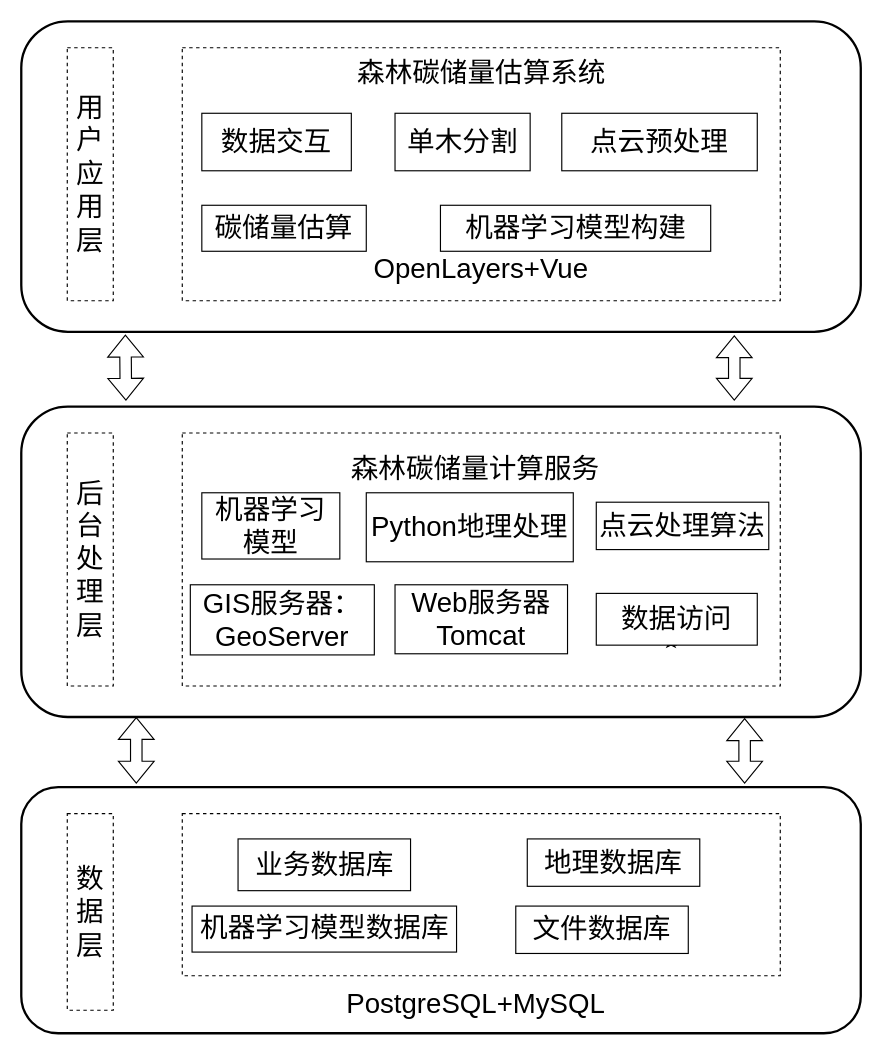
Earlier version of the draw.io diagram 系统总体设计.drawio (H-lzu/word). Source tidied: cells renumbered, new cells numbered last; positions are measured from the earlier drawing's top-left corner, leaving out a move shared by most shapes. Both pictures are drawn from the tidied source at 115%, with x=0, y=0 at pixel (21, 21).
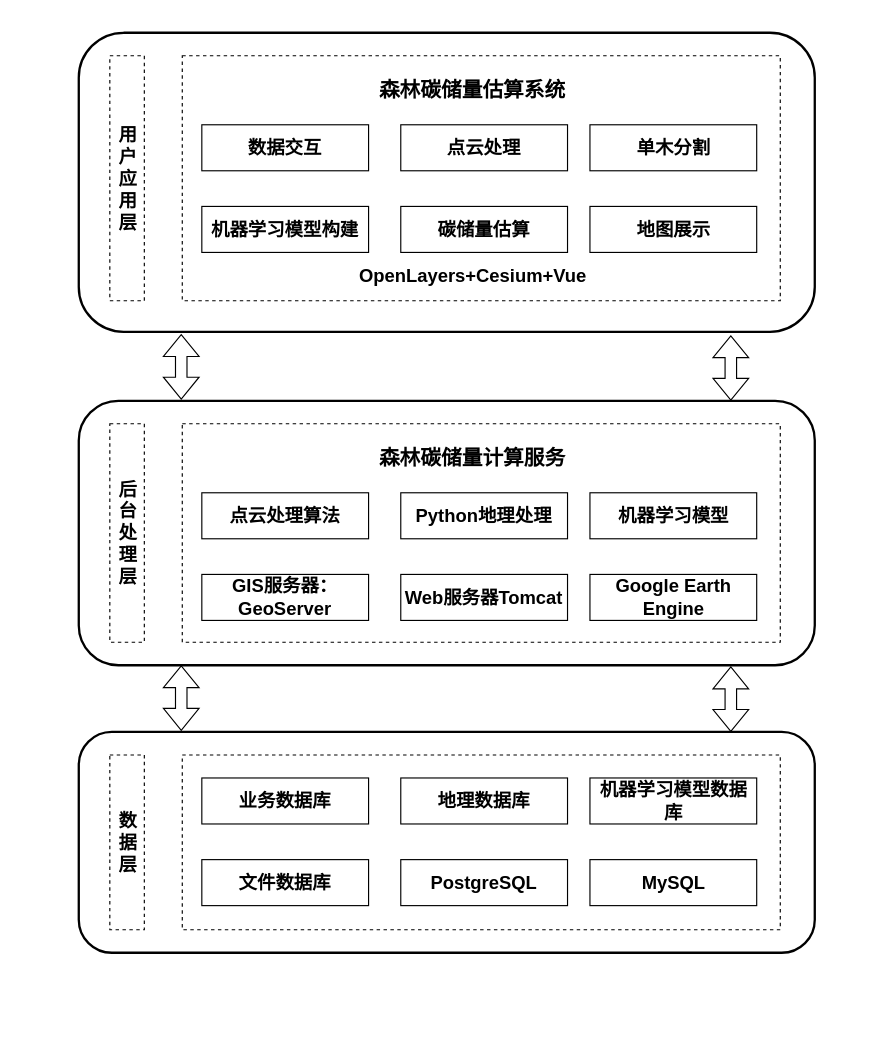
Above is the later version.

Change to the diagram source:
```diff
@@
-    <mxCell id="2" style="rounded=1;whiteSpace=wrap;html=1;strokeWidth=2;fontSize=24;" parent="1" vertex="1">
-      <mxGeometry width="730" height="270" as="geometry" />
+    <mxCell id="2" style="rounded=1;whiteSpace=wrap;html=1;strokeWidth=2;fontSize=16;fontFamily=宋体;fontStyle=1;" parent="1" vertex="1">
+      <mxGeometry x="50" y="10" width="640" height="260" as="geometry" />
     </mxCell>
-    <mxCell id="3" value="&lt;font style=&quot;font-size: 24px;&quot;&gt;用户应用层&lt;/font&gt;" style="rounded=0;whiteSpace=wrap;html=1;align=center;dashed=1;fontSize=24;" parent="1" vertex="1">
-      <mxGeometry x="40" y="23" width="40" height="220" as="geometry" />
+    <mxCell id="3" value="&lt;div style=&quot;text-align: center;&quot;&gt;&lt;span style=&quot;background-color: initial;&quot;&gt;用户应用层&lt;/span&gt;&lt;br&gt;&lt;/div&gt;" style="rounded=0;whiteSpace=wrap;html=1;align=left;dashed=1;fontSize=16;fontFamily=宋体;fontStyle=1;" parent="1" vertex="1">
+      <mxGeometry x="77" y="30" width="30" height="213" as="geometry" />
     </mxCell>
-    <mxCell id="4" style="rounded=0;whiteSpace=wrap;html=1;dashed=1;fontSize=24;" parent="1" vertex="1">
-      <mxGeometry x="140" y="23" width="520" height="220" as="geometry" />
+    <mxCell id="4" style="rounded=0;whiteSpace=wrap;html=1;dashed=1;fontSize=16;fontFamily=宋体;fontStyle=1;" parent="1" vertex="1">
+      <mxGeometry x="140" y="30" width="520" height="213" as="geometry" />
     </mxCell>
-    <mxCell id="5" value="&lt;font style=&quot;font-size: 24px;&quot;&gt;森林碳储量估算系统&lt;/font&gt;" style="text;html=1;align=center;verticalAlign=middle;whiteSpace=wrap;rounded=0;fontSize=24;" parent="1" vertex="1">
-      <mxGeometry x="262.5" y="40" width="275" height="10" as="geometry" />
+    <mxCell id="5" value="&lt;font style=&quot;font-size: 18px;&quot;&gt;森林碳储量估算系统&lt;/font&gt;" style="text;html=1;align=center;verticalAlign=middle;whiteSpace=wrap;rounded=0;fontSize=18;fontFamily=宋体;fontStyle=1;" parent="1" vertex="1">
+      <mxGeometry x="255" y="40" width="275" height="40" as="geometry" />
     </mxCell>
-    <mxCell id="6" value="数据交互" style="rounded=0;whiteSpace=wrap;html=1;fontSize=24;" parent="1" vertex="1">
-      <mxGeometry x="157" y="80" width="130" height="50" as="geometry" />
+    <mxCell id="6" value="数据交互" style="rounded=0;whiteSpace=wrap;html=1;fontSize=16;fontFamily=宋体;fontStyle=1;" parent="1" vertex="1">
+      <mxGeometry x="157" y="90" width="145" height="40" as="geometry" />
     </mxCell>
-    <mxCell id="7" style="shape=flexArrow;endArrow=classic;startArrow=classic;html=1;rounded=0;entryX=0.124;entryY=1.009;entryDx=0;entryDy=0;entryPerimeter=0;fontSize=24;" parent="1" edge="1" target="2">
-      <mxGeometry relative="1" as="geometry">
-        <mxPoint x="91" y="330" as="sourcePoint" />
-      </mxGeometry>
-    </mxCell>
-    <mxCell id="8" style="shape=flexArrow;endArrow=classic;startArrow=classic;html=1;rounded=0;entryX=0.124;entryY=1.009;entryDx=0;entryDy=0;entryPerimeter=0;fontSize=24;" parent="1" edge="1">
+    <mxCell id="8" style="shape=flexArrow;endArrow=classic;startArrow=classic;html=1;rounded=0;entryX=0.124;entryY=1.009;entryDx=0;entryDy=0;entryPerimeter=0;fontSize=16;fontFamily=宋体;" parent="1" edge="1">
       <mxGeometry relative="1" as="geometry">
-        <mxPoint x="620" y="330" as="sourcePoint" />
-        <mxPoint x="620" y="273" as="targetPoint" />
+        <mxPoint x="617" y="330" as="sourcePoint" />
+        <mxPoint x="617" y="273" as="targetPoint" />
       </mxGeometry>
     </mxCell>
-    <mxCell id="9" value="&lt;font style=&quot;font-size: 24px;&quot;&gt;&lt;font style=&quot;font-size: 24px;&quot;&gt;OpenLayers&lt;/font&gt;+Vue&lt;/font&gt;" style="text;html=1;align=center;verticalAlign=middle;whiteSpace=wrap;rounded=0;fontSize=24;" parent="1" vertex="1">
-      <mxGeometry x="370" y="201" width="60" height="30" as="geometry" />
+    <mxCell id="9" value="&lt;font style=&quot;font-size: 16px;&quot;&gt;&lt;font style=&quot;font-size: 16px;&quot;&gt;OpenLayers+Cesium&lt;/font&gt;+Vue&lt;/font&gt;" style="text;html=1;align=center;verticalAlign=middle;whiteSpace=wrap;rounded=0;fontSize=16;fontFamily=宋体;fontStyle=1;" parent="1" vertex="1">
+      <mxGeometry x="307.5" y="210" width="170" height="21" as="geometry" />
     </mxCell>
-    <mxCell id="10" value="单木分割" style="rounded=0;whiteSpace=wrap;html=1;fontSize=24;" parent="1" vertex="1">
-      <mxGeometry x="325" y="80" width="117.5" height="50" as="geometry" />
+    <mxCell id="10" value="单木分割" style="rounded=0;whiteSpace=wrap;html=1;fontSize=16;fontFamily=宋体;fontStyle=1;" parent="1" vertex="1">
+      <mxGeometry x="494.5" y="90" width="145" height="40" as="geometry" />
     </mxCell>
-    <mxCell id="11" value="点云预处理" style="rounded=0;whiteSpace=wrap;html=1;fontSize=24;" parent="1" vertex="1">
-      <mxGeometry x="470" y="80" width="170" height="50" as="geometry" />
+    <mxCell id="11" value="点云处理" style="rounded=0;whiteSpace=wrap;html=1;fontSize=16;fontFamily=宋体;fontStyle=1;" parent="1" vertex="1">
+      <mxGeometry x="330" y="90" width="145" height="40" as="geometry" />
     </mxCell>
-    <mxCell id="12" value="机器学习模型构建" style="rounded=0;whiteSpace=wrap;html=1;fontSize=24;rotation=0;" parent="1" vertex="1">
-      <mxGeometry x="364.5" y="160" width="235" height="40" as="geometry" />
+    <mxCell id="12" value="机器学习模型构建" style="rounded=0;whiteSpace=wrap;html=1;fontSize=16;rotation=0;fontFamily=宋体;fontStyle=1;" parent="1" vertex="1">
+      <mxGeometry x="157" y="161" width="145" height="40" as="geometry" />
     </mxCell>
-    <mxCell id="13" value="碳储量估算" style="rounded=0;whiteSpace=wrap;html=1;fontSize=24;" parent="1" vertex="1">
-      <mxGeometry x="157" y="160" width="143" height="40" as="geometry" />
+    <mxCell id="13" value="碳储量估算" style="rounded=0;whiteSpace=wrap;html=1;fontSize=16;fontFamily=宋体;fontStyle=1;" parent="1" vertex="1">
+      <mxGeometry x="330" y="161" width="145" height="40" as="geometry" />
     </mxCell>
-    <mxCell id="14" style="edgeStyle=orthogonalEdgeStyle;rounded=0;orthogonalLoop=1;jettySize=auto;html=1;exitX=0.5;exitY=1;exitDx=0;exitDy=0;fontSize=24;" parent="1" edge="1">
+    <mxCell id="14" style="edgeStyle=orthogonalEdgeStyle;rounded=0;orthogonalLoop=1;jettySize=auto;html=1;exitX=0.5;exitY=1;exitDx=0;exitDy=0;fontSize=16;fontFamily=宋体;fontStyle=1;" parent="1" edge="1">
       <mxGeometry relative="1" as="geometry">
         <mxPoint x="577.5" y="200" as="sourcePoint" />
         <mxPoint x="577.5" y="200" as="targetPoint" />
       </mxGeometry>
     </mxCell>
-    <mxCell id="15" style="rounded=1;whiteSpace=wrap;html=1;strokeWidth=2;fontSize=24;" parent="1" vertex="1">
-      <mxGeometry y="335" width="730" height="270" as="geometry" />
-    </mxCell>
+    <mxCell id="38" value="地图展示" style="rounded=0;whiteSpace=wrap;html=1;fontSize=16;fontFamily=宋体;fontStyle=1;" parent="1" vertex="1">
+      <mxGeometry x="494.5" y="161" width="145" height="40" as="geometry" />
+    </mxCell>
+    <mxCell id="39" style="shape=flexArrow;endArrow=classic;startArrow=classic;html=1;rounded=0;entryX=0.124;entryY=1.009;entryDx=0;entryDy=0;entryPerimeter=0;fontSize=16;fontFamily=宋体;" parent="1" edge="1">
+      <mxGeometry relative="1" as="geometry">
+        <mxPoint x="139.1" y="329" as="sourcePoint" />
+        <mxPoint x="139.1" y="272" as="targetPoint" />
+      </mxGeometry>
+    </mxCell>
+    <mxCell id="40" style="rounded=1;whiteSpace=wrap;html=1;strokeWidth=2;fontSize=16;fontFamily=宋体;fontStyle=1;" parent="1" vertex="1">
+      <mxGeometry x="50" y="330" width="640" height="230" as="geometry" />
+    </mxCell>
-    <mxCell id="16" value="&lt;font style=&quot;font-size: 24px;&quot;&gt;后台处理层&lt;/font&gt;" style="rounded=0;whiteSpace=wrap;html=1;align=center;dashed=1;fontSize=24;" parent="1" vertex="1">
-      <mxGeometry x="40" y="358" width="40" height="220" as="geometry" />
+    <mxCell id="16" value="&lt;div style=&quot;text-align: center;&quot;&gt;&lt;span style=&quot;&quot;&gt;后台处理层&lt;/span&gt;&lt;br&gt;&lt;/div&gt;" style="rounded=0;whiteSpace=wrap;html=1;align=left;dashed=1;fontSize=16;fontFamily=宋体;fontStyle=1;" parent="1" vertex="1">
+      <mxGeometry x="77" y="350" width="30" height="190" as="geometry" />
     </mxCell>
-    <mxCell id="17" style="rounded=0;whiteSpace=wrap;html=1;dashed=1;fontSize=24;" parent="1" vertex="1">
-      <mxGeometry x="140" y="358" width="520" height="220" as="geometry" />
-    </mxCell>
+    <mxCell id="41" style="rounded=0;whiteSpace=wrap;html=1;dashed=1;fontSize=16;fontFamily=宋体;fontStyle=1;" parent="1" vertex="1">
+      <mxGeometry x="140" y="350" width="520" height="190" as="geometry" />
+    </mxCell>
+    <mxCell id="35" value="&lt;font style=&quot;font-size: 18px;&quot;&gt;森林碳储量计算服务&lt;/font&gt;" style="text;html=1;align=center;verticalAlign=middle;whiteSpace=wrap;rounded=0;fontSize=18;fontFamily=宋体;fontStyle=1;" parent="1" vertex="1">
+      <mxGeometry x="255" y="360" width="275" height="40" as="geometry" />
+    </mxCell>
+    <mxCell id="23" value="&lt;span style=&quot;&quot;&gt;点云处理算法&lt;/span&gt;" style="rounded=0;whiteSpace=wrap;html=1;fontSize=16;fontFamily=宋体;fontStyle=1;" parent="1" vertex="1">
+      <mxGeometry x="157" y="410" width="145" height="40" as="geometry" />
+    </mxCell>
+    <mxCell id="21" value="&lt;span style=&quot;&quot;&gt;机器学习模型&lt;/span&gt;" style="rounded=0;whiteSpace=wrap;html=1;fontSize=16;fontFamily=宋体;fontStyle=1;" parent="1" vertex="1">
+      <mxGeometry x="494.5" y="410" width="145" height="40" as="geometry" />
+    </mxCell>
+    <mxCell id="20" value="&lt;span style=&quot;&quot;&gt;Python地理处理&lt;/span&gt;" style="rounded=0;whiteSpace=wrap;html=1;fontSize=16;fontFamily=宋体;fontStyle=1;" parent="1" vertex="1">
+      <mxGeometry x="330" y="410" width="145" height="40" as="geometry" />
+    </mxCell>
-    <mxCell id="18" value="GIS服务器：GeoServer" style="rounded=0;whiteSpace=wrap;html=1;fontSize=24;" parent="1" vertex="1">
-      <mxGeometry x="147" y="490" width="160" height="61" as="geometry" />
+    <mxCell id="18" value="&lt;span style=&quot;&quot;&gt;GIS服务器：GeoServer&lt;/span&gt;" style="rounded=0;whiteSpace=wrap;html=1;fontSize=16;rotation=0;fontFamily=宋体;fontStyle=1;" parent="1" vertex="1">
+      <mxGeometry x="157" y="481" width="145" height="40" as="geometry" />
     </mxCell>
-    <mxCell id="19" value="Web服务器Tomcat" style="rounded=0;whiteSpace=wrap;html=1;fontSize=24;" parent="1" vertex="1">
-      <mxGeometry x="325" y="490" width="150" height="60" as="geometry" />
+    <mxCell id="19" value="&lt;span style=&quot;&quot;&gt;Web服务器Tomcat&lt;/span&gt;" style="rounded=0;whiteSpace=wrap;html=1;fontSize=16;fontFamily=宋体;fontStyle=1;" parent="1" vertex="1">
+      <mxGeometry x="330" y="481" width="145" height="40" as="geometry" />
     </mxCell>
-    <mxCell id="20" value="Python地理处理" style="rounded=0;whiteSpace=wrap;html=1;fontSize=24;" parent="1" vertex="1">
-      <mxGeometry x="300" y="410" width="180" height="60" as="geometry" />
-    </mxCell>
-    <mxCell id="21" value="机器学习模型" style="rounded=0;whiteSpace=wrap;html=1;fontSize=24;" parent="1" vertex="1">
-      <mxGeometry x="157" y="410" width="120" height="57.6" as="geometry" />
-    </mxCell>
-    <mxCell id="22" style="edgeStyle=orthogonalEdgeStyle;rounded=0;jettySize=auto;html=1;exitX=0.5;exitY=1;exitDx=0;exitDy=0;fontSize=24;" parent="1" edge="1" source="37">
-      <mxGeometry relative="1" as="geometry">
-        <mxPoint x="565" y="536" as="targetPoint" />
-      </mxGeometry>
-    </mxCell>
-    <mxCell id="23" value="点云处理算法" style="rounded=0;whiteSpace=wrap;html=1;fontSize=24;" parent="1" vertex="1">
-      <mxGeometry x="500" y="418.2" width="150" height="41.2" as="geometry" />
-    </mxCell>
-    <mxCell id="24" style="rounded=1;whiteSpace=wrap;html=1;strokeWidth=2;fontSize=24;" parent="1" vertex="1">
-      <mxGeometry y="666" width="730" height="214" as="geometry" />
-    </mxCell>
+    <mxCell id="42" style="edgeStyle=orthogonalEdgeStyle;rounded=0;orthogonalLoop=1;jettySize=auto;html=1;exitX=0.5;exitY=1;exitDx=0;exitDy=0;fontSize=16;fontFamily=宋体;fontStyle=1;" parent="1" edge="1">
+      <mxGeometry relative="1" as="geometry">
+        <mxPoint x="577.5" y="520" as="sourcePoint" />
+        <mxPoint x="577.5" y="520" as="targetPoint" />
+      </mxGeometry>
+    </mxCell>
+    <mxCell id="43" value="Google Earth Engine" style="rounded=0;whiteSpace=wrap;html=1;fontSize=16;fontFamily=宋体;fontStyle=1;" parent="1" vertex="1">
+      <mxGeometry x="494.5" y="481" width="145" height="40" as="geometry" />
+    </mxCell>
+    <mxCell id="44" style="shape=flexArrow;endArrow=classic;startArrow=classic;html=1;rounded=0;entryX=0.124;entryY=1.009;entryDx=0;entryDy=0;entryPerimeter=0;fontSize=16;fontFamily=宋体;" parent="1" edge="1">
+      <mxGeometry relative="1" as="geometry">
+        <mxPoint x="617" y="618" as="sourcePoint" />
+        <mxPoint x="617" y="561" as="targetPoint" />
+      </mxGeometry>
+    </mxCell>
+    <mxCell id="45" style="shape=flexArrow;endArrow=classic;startArrow=classic;html=1;rounded=0;entryX=0.124;entryY=1.009;entryDx=0;entryDy=0;entryPerimeter=0;fontSize=16;fontFamily=宋体;" parent="1" edge="1">
+      <mxGeometry relative="1" as="geometry">
+        <mxPoint x="139.1" y="617" as="sourcePoint" />
+        <mxPoint x="139.1" y="560" as="targetPoint" />
+      </mxGeometry>
+    </mxCell>
+    <mxCell id="46" style="rounded=1;whiteSpace=wrap;html=1;strokeWidth=2;fontSize=16;fontFamily=宋体;fontStyle=1;" parent="1" vertex="1">
+      <mxGeometry x="50" y="618" width="640" height="192" as="geometry" />
+    </mxCell>
-    <mxCell id="25" value="&lt;font style=&quot;font-size: 24px;&quot;&gt;数据层&lt;/font&gt;" style="rounded=0;whiteSpace=wrap;html=1;align=center;dashed=1;fontSize=24;" parent="1" vertex="1">
-      <mxGeometry x="40" y="689" width="40" height="171" as="geometry" />
+    <mxCell id="25" value="&lt;div style=&quot;text-align: center;&quot;&gt;&lt;span style=&quot;&quot;&gt;数据层&lt;/span&gt;&lt;br&gt;&lt;/div&gt;" style="rounded=0;whiteSpace=wrap;html=1;align=left;dashed=1;fontSize=16;fontFamily=宋体;fontStyle=1;" parent="1" vertex="1">
+      <mxGeometry x="77" y="638" width="30" height="152" as="geometry" />
     </mxCell>
-    <mxCell id="26" style="rounded=0;whiteSpace=wrap;html=1;dashed=1;fontSize=24;" parent="1" vertex="1">
-      <mxGeometry x="140" y="689" width="520" height="141" as="geometry" />
-    </mxCell>
+    <mxCell id="47" style="rounded=0;whiteSpace=wrap;html=1;dashed=1;fontSize=16;fontFamily=宋体;fontStyle=1;" parent="1" vertex="1">
+      <mxGeometry x="140" y="638" width="520" height="152" as="geometry" />
+    </mxCell>
-    <mxCell id="27" value="业务数据库" style="rounded=0;whiteSpace=wrap;html=1;fontSize=24;" parent="1" vertex="1">
-      <mxGeometry x="188.5" y="711" width="150" height="45" as="geometry" />
+    <mxCell id="27" value="&lt;span style=&quot;&quot;&gt;业务数据库&lt;/span&gt;" style="rounded=0;whiteSpace=wrap;html=1;fontSize=16;fontFamily=宋体;fontStyle=1;" parent="1" vertex="1">
+      <mxGeometry x="157" y="658" width="145" height="40" as="geometry" />
     </mxCell>
-    <mxCell id="28" value="&lt;span style=&quot;text-decoration-line: none; font-size: 24px;&quot;&gt;PostgreSQL&lt;/span&gt;&lt;span style=&quot;font-size: 24px;&quot;&gt;+MySQL&lt;/span&gt;" style="text;html=1;align=center;verticalAlign=middle;whiteSpace=wrap;rounded=0;fontSize=24;" parent="1" vertex="1">
-      <mxGeometry x="293.5" y="820" width="203" height="69.9" as="geometry" />
-    </mxCell>
+    <mxCell id="30" value="&lt;span style=&quot;&quot;&gt;机器学习模型数据库&lt;/span&gt;" style="rounded=0;whiteSpace=wrap;html=1;fontSize=16;fontFamily=宋体;fontStyle=1;" parent="1" vertex="1">
+      <mxGeometry x="494.5" y="658" width="145" height="40" as="geometry" />
+    </mxCell>
-    <mxCell id="29" value="地理数据库" style="rounded=0;whiteSpace=wrap;html=1;fontSize=24;" parent="1" vertex="1">
-      <mxGeometry x="440" y="711" width="150" height="41.2" as="geometry" />
+    <mxCell id="29" value="&lt;span style=&quot;&quot;&gt;地理数据库&lt;/span&gt;" style="rounded=0;whiteSpace=wrap;html=1;fontSize=16;fontFamily=宋体;fontStyle=1;" parent="1" vertex="1">
+      <mxGeometry x="330" y="658" width="145" height="40" as="geometry" />
     </mxCell>
-    <mxCell id="30" value="机器学习模型数据库" style="rounded=0;whiteSpace=wrap;html=1;fontSize=24;" parent="1" vertex="1">
-      <mxGeometry x="148.5" y="769.4" width="230" height="40" as="geometry" />
-    </mxCell>
-    <mxCell id="31" style="edgeStyle=orthogonalEdgeStyle;rounded=0;orthogonalLoop=1;jettySize=auto;html=1;exitX=0.5;exitY=1;exitDx=0;exitDy=0;fontSize=24;" parent="1" edge="1">
-      <mxGeometry relative="1" as="geometry">
-        <mxPoint x="572" y="820.1" as="sourcePoint" />
-        <mxPoint x="572" y="820.1" as="targetPoint" />
-      </mxGeometry>
-    </mxCell>
-    <mxCell id="32" value="文件数据库" style="rounded=0;whiteSpace=wrap;html=1;fontSize=24;" parent="1" vertex="1">
-      <mxGeometry x="430" y="769.4" width="150" height="41.2" as="geometry" />
+    <mxCell id="32" value="&lt;span style=&quot;&quot;&gt;文件数据库&lt;/span&gt;" style="rounded=0;whiteSpace=wrap;html=1;fontSize=16;rotation=0;fontFamily=宋体;fontStyle=1;" parent="1" vertex="1">
+      <mxGeometry x="157" y="729" width="145" height="40" as="geometry" />
     </mxCell>
-    <mxCell id="33" style="shape=flexArrow;endArrow=classic;startArrow=classic;html=1;rounded=0;entryX=0.124;entryY=1.009;entryDx=0;entryDy=0;entryPerimeter=0;fontSize=24;" parent="1" edge="1">
-      <mxGeometry relative="1" as="geometry">
-        <mxPoint x="100" y="663" as="sourcePoint" />
-        <mxPoint x="100" y="605" as="targetPoint" />
-      </mxGeometry>
-    </mxCell>
-    <mxCell id="34" style="shape=flexArrow;endArrow=classic;startArrow=classic;html=1;rounded=0;entryX=0.124;entryY=1.009;entryDx=0;entryDy=0;entryPerimeter=0;fontSize=24;" parent="1" edge="1">
-      <mxGeometry relative="1" as="geometry">
-        <mxPoint x="629" y="663" as="sourcePoint" />
-        <mxPoint x="629" y="606" as="targetPoint" />
-      </mxGeometry>
-    </mxCell>
-    <mxCell id="35" value="&lt;font style=&quot;font-size: 24px;&quot;&gt;森林碳储量计算服务&lt;/font&gt;" style="text;html=1;align=center;verticalAlign=middle;whiteSpace=wrap;rounded=0;fontSize=24;" parent="1" vertex="1">
-      <mxGeometry x="260" y="370" width="270" height="40" as="geometry" />
-    </mxCell>
-    <mxCell id="36" style="edgeStyle=orthogonalEdgeStyle;rounded=0;jettySize=auto;html=1;exitX=0.5;exitY=1;exitDx=0;exitDy=0;fontSize=24;" parent="1" edge="1" target="37">
-      <mxGeometry relative="1" as="geometry">
-        <mxPoint x="565" y="536" as="sourcePoint" />
-      </mxGeometry>
-    </mxCell>
-    <mxCell id="37" value="数据访问" style="rounded=0;whiteSpace=wrap;html=1;fontSize=24;" parent="1" vertex="1">
-      <mxGeometry x="500" y="497.5" width="140" height="45" as="geometry" />
-    </mxCell>
+    <mxCell id="48" value="&lt;span style=&quot;&quot;&gt;PostgreSQL&lt;/span&gt;" style="rounded=0;whiteSpace=wrap;html=1;fontSize=16;fontFamily=宋体;fontStyle=1;" parent="1" vertex="1">
+      <mxGeometry x="330" y="729" width="145" height="40" as="geometry" />
+    </mxCell>
+    <mxCell id="49" style="edgeStyle=orthogonalEdgeStyle;rounded=0;orthogonalLoop=1;jettySize=auto;html=1;exitX=0.5;exitY=1;exitDx=0;exitDy=0;fontSize=16;fontFamily=宋体;fontStyle=1;" parent="1" edge="1">
+      <mxGeometry relative="1" as="geometry">
+        <mxPoint x="577.5" y="768" as="sourcePoint" />
+        <mxPoint x="577.5" y="768" as="targetPoint" />
+      </mxGeometry>
+    </mxCell>
+    <mxCell id="50" value="&lt;span style=&quot;&quot;&gt;MySQL&lt;/span&gt;" style="rounded=0;whiteSpace=wrap;html=1;fontSize=16;fontFamily=宋体;fontStyle=1;" parent="1" vertex="1">
+      <mxGeometry x="494.5" y="729" width="145" height="40" as="geometry" />
+    </mxCell>
```
